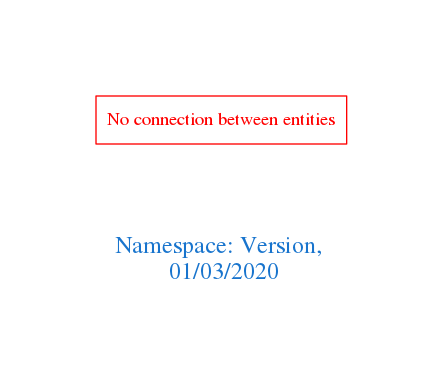
Before: downloads/Version.png, a diagram exported from Graphviz (arago/OGIT). Its source is kept beside it as downloads/Version.dot.
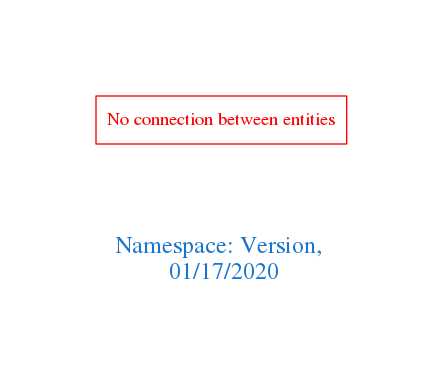
After the commit.

Change to the diagram source:
```diff
@@ -1,7 +1,7 @@
 digraph OGIT_ontology {
  graph [ rankdir= LR,pad=1
 fontsize = 18,
-fontcolor= dodgerblue3,label = "\n\n\nNamespace: Version, \n 01/03/2020"];
+fontcolor= dodgerblue3,label = "\n\n\nNamespace: Version, \n 01/17/2020"];
 node[shape=polygon];
 edge [  color="gray81"];
 
```
